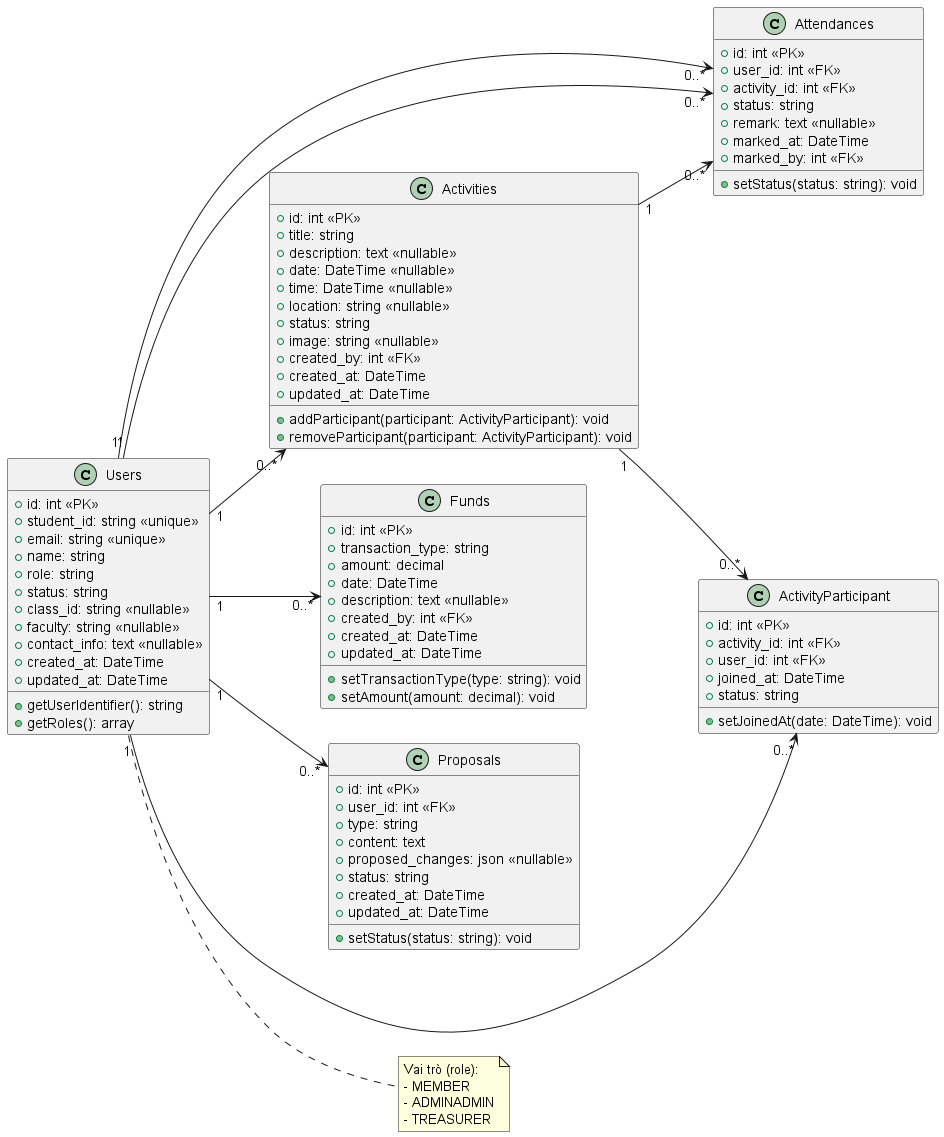
This is out/d-class/d-class.png from ThanhdatOris/BookClub_MS, a PlantUML export, as it was before one commit.
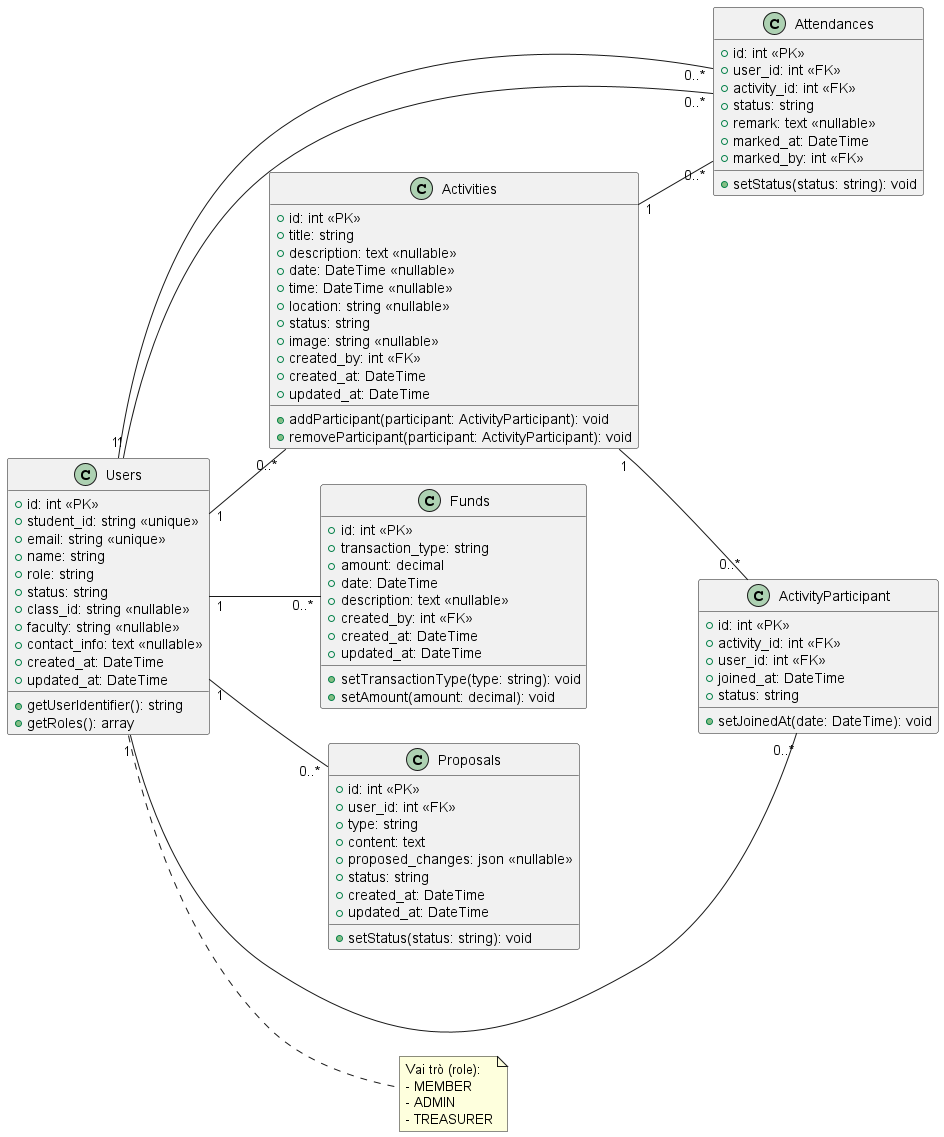
Later version of the same file.

The edit, as a diff of the source:
```diff
@@ -79,19 +79,19 @@
   +setJoinedAt(date: DateTime): void
 }
 
-Users "1" --> "0..*" Activities
-Users "1" --> "0..*" Attendances
-Users "1" --> "0..*" Attendances
-Activities "1" --> "0..*" Attendances
-Users "1" --> "0..*" Funds
-Users "1" --> "0..*" Proposals
-Users "1" --> "0..*" ActivityParticipant
-Activities "1" --> "0..*" ActivityParticipant
+Users "1" -- "0..*" Activities
+Users "1" -- "0..*" Attendances
+Users "1" -- "0..*" Attendances
+Activities "1" -- "0..*" Attendances
+Users "1" -- "0..*" Funds
+Users "1" -- "0..*" Proposals
+Users "1" -- "0..*" ActivityParticipant
+Activities "1" -- "0..*" ActivityParticipant
 
 note right of Users
   Vai trò (role):
   - MEMBER
-  - ADMINADMIN
+  - ADMIN
   - TREASURER
 end note
 
```
